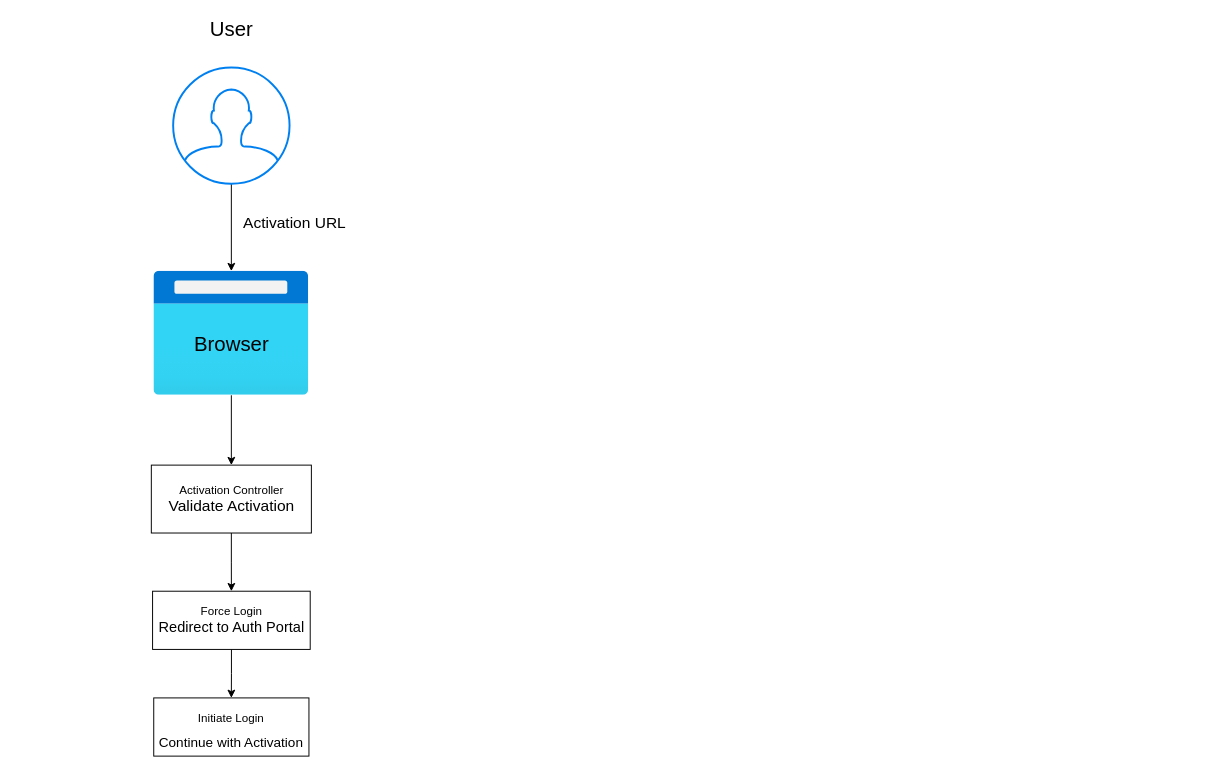
Before: PreviousFlowActivation.drawio in nipunsoni23/Portfolio, a draw.io diagram. Source tidied: cells renumbered, new cells numbered last; positions are measured from the earlier drawing's top-left corner, leaving out a move shared by most shapes. Both pictures are drawn from the tidied source at 97%, with x=0, y=0 at pixel (151, 18).
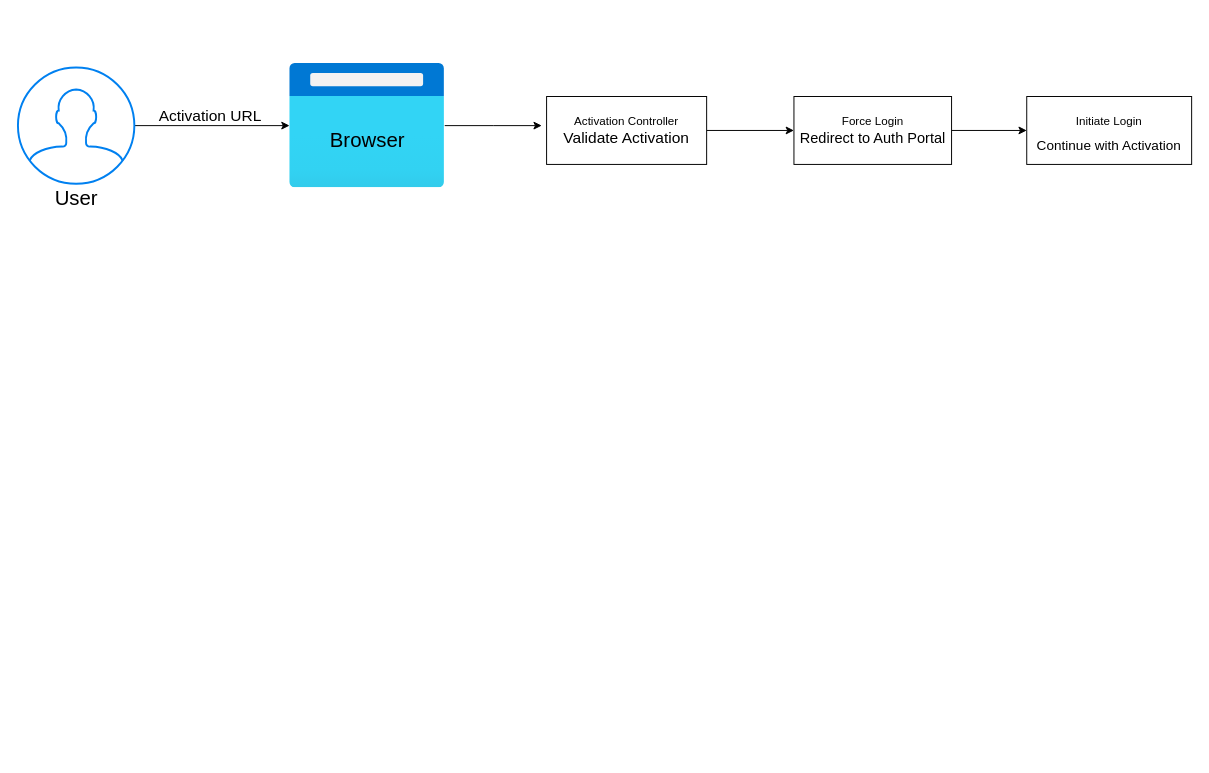
The same page after the edit.

The edit, as a diff of the source:
```diff
@@
 <mxGraphModel>
   <root>
     <mxCell id="0" />
     <mxCell id="1" parent="0" />
     <mxCell id="2" style="edgeStyle=orthogonalEdgeStyle;rounded=0;jettySize=auto;html=1;" parent="1" edge="1" source="3" target="5">
       <mxGeometry relative="1" as="geometry" />
     </mxCell>
     <mxCell id="3" style="html=1;verticalLabelPosition=bottom;align=center;labelBackgroundColor=#ffffff;verticalAlign=top;strokeWidth=2;strokeColor=#0080F0;shadow=0;dashed=0;shape=mxgraph.ios7.icons.user;" parent="1" vertex="1">
-      <mxGeometry x="22" y="50" width="120" height="120" as="geometry" />
+      <mxGeometry x="-138" y="50" width="120" height="120" as="geometry" />
     </mxCell>
-    <mxCell id="4" style="edgeStyle=orthogonalEdgeStyle;rounded=0;jettySize=auto;html=1;entryX=0.5;entryY=0;entryDx=0;entryDy=0;fontSize=21;" parent="1" edge="1" source="5" target="7">
-      <mxGeometry relative="1" as="geometry" />
-    </mxCell>
+    <mxCell id="14" style="edgeStyle=orthogonalEdgeStyle;rounded=0;jettySize=auto;html=1;fontSize=16;" parent="1" edge="1" source="5">
+      <mxGeometry relative="1" as="geometry">
+        <mxPoint x="402" y="110" as="targetPoint" />
+      </mxGeometry>
+    </mxCell>
     <mxCell id="5" style="html=1;points=[];align=center;image;fontSize=12;image=img/lib/azure2/general/Browser.svg;" parent="1" vertex="1">
-      <mxGeometry x="2" y="260" width="160" height="128" as="geometry" />
+      <mxGeometry x="142" y="46" width="160" height="128" as="geometry" />
     </mxCell>
-    <mxCell id="6" style="edgeStyle=orthogonalEdgeStyle;rounded=0;jettySize=auto;html=1;entryX=0.5;entryY=0;entryDx=0;entryDy=0;fontSize=21;" parent="1" edge="1" source="7" target="9">
+    <mxCell id="6" style="edgeStyle=orthogonalEdgeStyle;rounded=0;jettySize=auto;html=1;entryX=0;entryY=0.5;entryDx=0;entryDy=0;fontSize=16;" parent="1" edge="1" source="7" target="9">
       <mxGeometry relative="1" as="geometry" />
     </mxCell>
     <mxCell id="7" value="Activation Controller&lt;br&gt;&lt;font style=&quot;font-size: 16px&quot;&gt;Validate Activation&lt;/font&gt;" style="rounded=0;whiteSpace=wrap;html=1;" parent="1" vertex="1">
-      <mxGeometry x="-0.5" y="460" width="165" height="70" as="geometry" />
+      <mxGeometry x="407" y="80" width="165" height="70" as="geometry" />
     </mxCell>
-    <mxCell id="8" style="edgeStyle=orthogonalEdgeStyle;rounded=0;jettySize=auto;html=1;fontSize=21;" parent="1" edge="1" source="9" target="12">
+    <mxCell id="8" style="edgeStyle=orthogonalEdgeStyle;rounded=0;jettySize=auto;html=1;entryX=0;entryY=0.5;entryDx=0;entryDy=0;fontSize=16;" parent="1" edge="1" source="9" target="12">
       <mxGeometry relative="1" as="geometry" />
     </mxCell>
     <mxCell id="9" value="&lt;div&gt;&lt;font style=&quot;font-size: 12px&quot;&gt;Force Login&lt;/font&gt;&lt;/div&gt;&lt;div&gt;&lt;font style=&quot;font-size: 15px&quot;&gt; Redirect to Auth Portal &lt;/font&gt;&lt;/div&gt;" style="rounded=0;whiteSpace=wrap;html=1;" parent="1" vertex="1">
-      <mxGeometry x="0.8" y="590" width="162.5" height="60" as="geometry" />
+      <mxGeometry x="662" y="80" width="162.5" height="70" as="geometry" />
     </mxCell>
     <mxCell id="10" value="&lt;div style=&quot;font-size: 21px&quot;&gt;&lt;font style=&quot;font-size: 21px&quot;&gt;User&lt;/font&gt;&lt;/div&gt;" style="text;html=1;align=center;verticalAlign=middle;strokeColor=none;fillColor=none;" parent="1" vertex="1">
-      <mxGeometry x="52" width="60" height="20" as="geometry" />
+      <mxGeometry x="-108" y="174" width="60" height="20" as="geometry" />
     </mxCell>
     <mxCell id="11" value="Browser" style="text;html=1;align=center;verticalAlign=middle;strokeColor=none;fillColor=none;fontSize=21;" parent="1" vertex="1">
-      <mxGeometry x="37" y="320" width="90" height="30" as="geometry" />
+      <mxGeometry x="177" y="110" width="90" height="30" as="geometry" />
     </mxCell>
     <mxCell id="12" value="&lt;div&gt;&lt;font style=&quot;font-size: 14px&quot;&gt;&lt;font style=&quot;font-size: 12px&quot;&gt;Initiate Login&lt;/font&gt;&lt;br&gt;&lt;/font&gt;&lt;/div&gt;&lt;div&gt;&lt;font style=&quot;font-size: 14px&quot;&gt;Continue with Activation&lt;/font&gt;&lt;/div&gt;" style="rounded=0;whiteSpace=wrap;html=1;fontSize=21;" parent="1" vertex="1">
-      <mxGeometry x="2" y="700" width="160" height="60" as="geometry" />
+      <mxGeometry x="902" y="80" width="170" height="70" as="geometry" />
     </mxCell>
     <mxCell id="13" value="Activation URL" style="text;html=1;align=center;verticalAlign=middle;strokeColor=none;fillColor=none;fontSize=16;" parent="1" vertex="1">
-      <mxGeometry x="87" y="200" width="120" height="20" as="geometry" />
+      <mxGeometry x="-0.5" y="90" width="120" height="20" as="geometry" />
     </mxCell>
   </root>
 </mxGraphModel>
```
